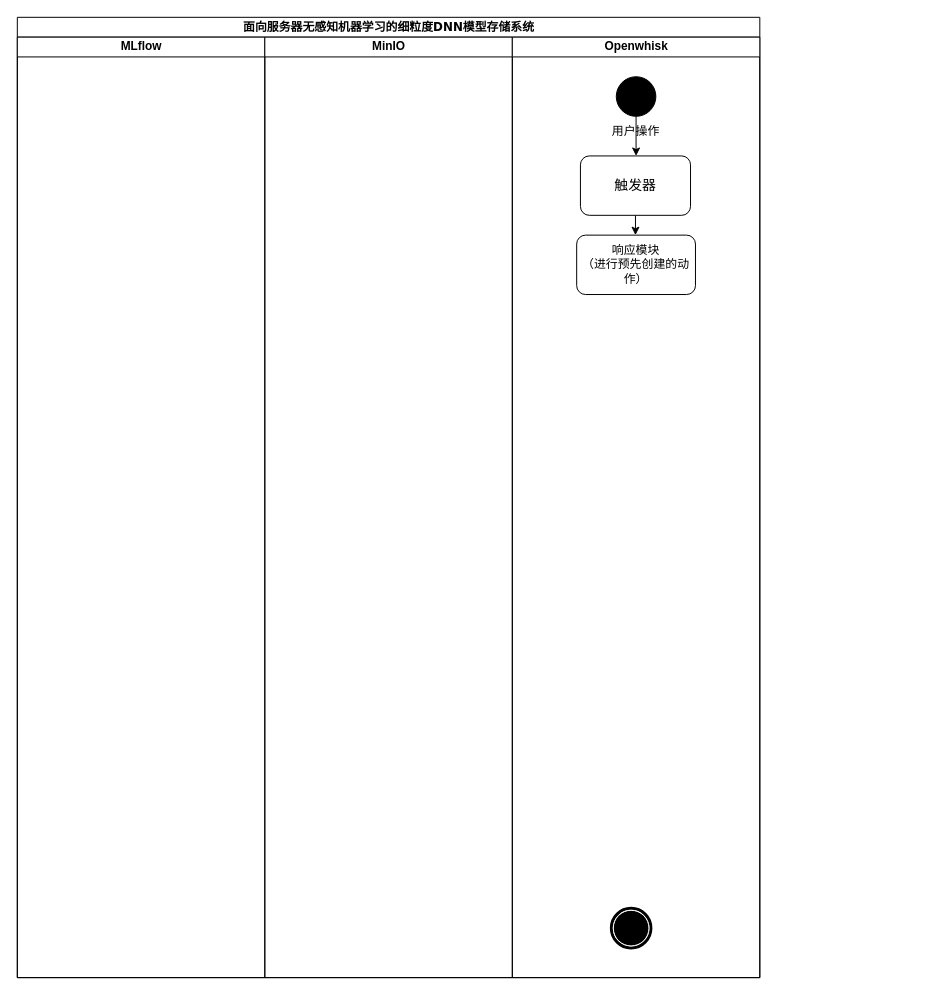
This is 整体活动图.drawio from RexZheng-cug/chart, a draw.io file, before an edit. Source tidied: cells renumbered, new cells numbered last; positions are measured from the earlier drawing's top-left corner, leaving out a move shared by most shapes. Both pictures are drawn from the tidied source at 99%, with x=0, y=0 at pixel (17, 17).
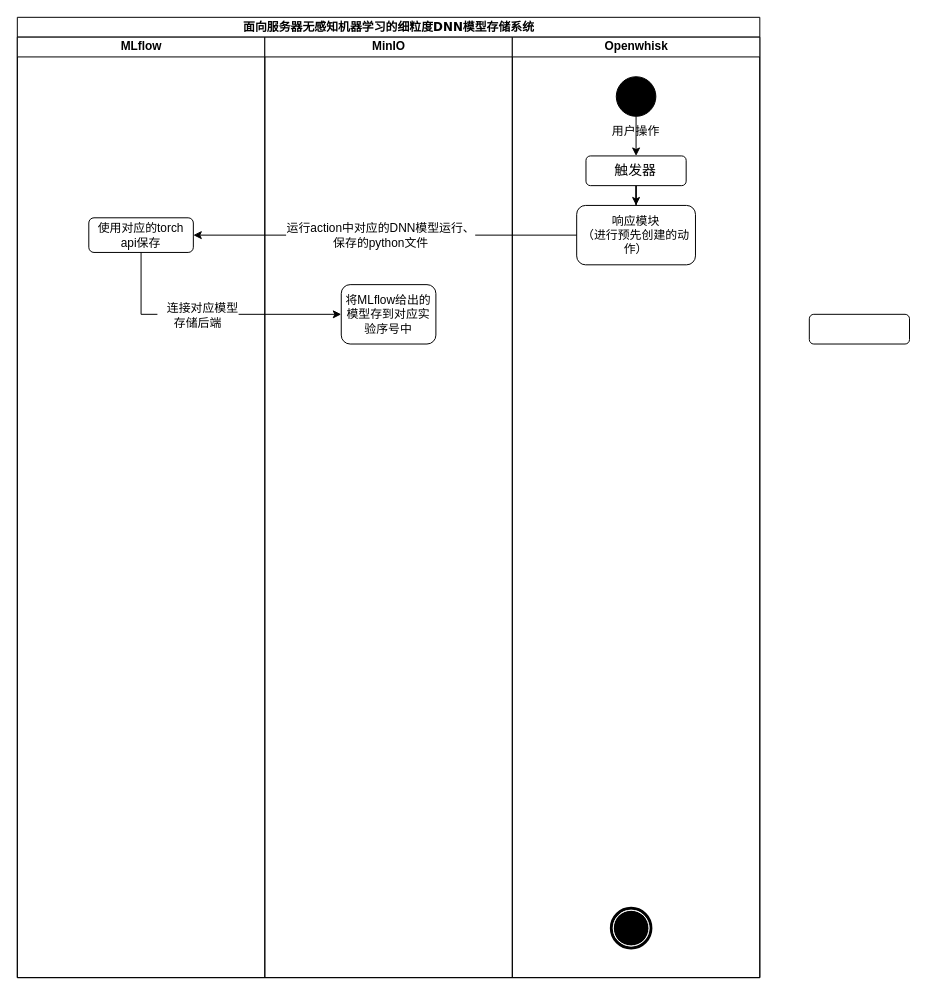
The same diagram, later.

Commit message (it also covers changes not shown here):
更新整体活动图.drawio

Unchanged cells that the change refers to:
```xml
<mxCell id="2" value="面向服务器无感知机器学习的细粒度DNN模型存储系统" style="swimlane;html=1;startSize=20;rounded=0;shadow=0;comic=0;labelBackgroundColor=none;strokeWidth=1;fontFamily=Verdana;fontSize=12;align=center;" parent="1" vertex="1">
  <mxGeometry width="750" height="970" as="geometry" />
</mxCell>
<mxCell id="3" value="MLflow" style="swimlane;html=1;startSize=20;" parent="2" vertex="1">
  <mxGeometry y="20" width="250" height="950" as="geometry" />
</mxCell>
<mxCell id="4" value="MinIO" style="swimlane;html=1;startSize=20;" parent="2" vertex="1">
  <mxGeometry x="250" y="20" width="250" height="950" as="geometry" />
</mxCell>
<mxCell id="5" value="Openwhisk" style="swimlane;html=1;startSize=20;" parent="2" vertex="1">
  <mxGeometry x="500" y="20" width="250" height="950" as="geometry" />
</mxCell>
```

The edit, as a diff of the source:
```diff
@@
+    <mxCell id="13" value="使用对应的torch api保存" style="rounded=1;whiteSpace=wrap;html=1;" parent="3" vertex="1">
+      <mxGeometry x="72.2" y="182.5" width="105.6" height="35" as="geometry" />
+    </mxCell>
@@
+    <mxCell id="14" value="将MLflow给出的模型存到对应实验序号中" style="rounded=1;whiteSpace=wrap;html=1;" parent="4" vertex="1">
+      <mxGeometry x="77.2" y="250" width="95.6" height="60" as="geometry" />
+    </mxCell>
@@
     <mxCell id="9" value="&lt;font style=&quot;font-size: 14px;&quot;&gt;触发器&lt;/font&gt;" style="rounded=1;whiteSpace=wrap;html=1;" parent="5" vertex="1">
-      <mxGeometry x="68.8" y="120" width="111.2" height="60" as="geometry" />
+      <mxGeometry x="74.4" y="120" width="101.2" height="30" as="geometry" />
     </mxCell>
@@
     <mxCell id="11" value="响应模块&lt;br&gt;（进行预先创建的动作）" style="whiteSpace=wrap;html=1;rounded=1;" parent="5" vertex="1">
-      <mxGeometry x="65" y="200" width="120" height="60" as="geometry" />
+      <mxGeometry x="65" y="170" width="120" height="60" as="geometry" />
     </mxCell>
+    <mxCell id="15" style="edgeStyle=orthogonalEdgeStyle;rounded=0;jettySize=auto;html=1;exitX=0;exitY=0.5;exitDx=0;exitDy=0;entryX=1;entryY=0.5;entryDx=0;entryDy=0;fontFamily=Helvetica;fontSize=12;fontColor=default;" parent="2" edge="1" source="11" target="13">
+      <mxGeometry relative="1" as="geometry" />
+    </mxCell>
+    <mxCell id="16" value="运行action中对应的DNN模型运行、&lt;br&gt;保存的python文件" style="edgeLabel;html=1;align=center;verticalAlign=middle;fontSize=12;fontFamily=Helvetica;fontColor=default;" parent="15" vertex="1">
+      <mxGeometry x="0.03" y="-1" relative="1" as="geometry" />
+    </mxCell>
+    <mxCell id="17" style="edgeStyle=orthogonalEdgeStyle;rounded=0;jettySize=auto;html=1;exitX=0.5;exitY=1;exitDx=0;exitDy=0;entryX=0;entryY=0.5;entryDx=0;entryDy=0;fontFamily=Helvetica;fontSize=12;fontColor=default;" parent="2" edge="1" source="13" target="14">
+      <mxGeometry relative="1" as="geometry" />
+    </mxCell>
+    <mxCell id="18" value="&amp;nbsp; &amp;nbsp;连接对应模型&lt;br&gt;存储后端" style="edgeLabel;html=1;align=center;verticalAlign=middle;fontSize=12;fontFamily=Helvetica;fontColor=default;" parent="17" vertex="1">
+      <mxGeometry x="-0.27" y="-2" relative="1" as="geometry">
+        <mxPoint x="22" y="-2" as="offset" />
+      </mxGeometry>
+    </mxCell>
@@
+    <mxCell id="19" style="rounded=1;whiteSpace=wrap;html=1;" parent="1" vertex="1">
+      <mxGeometry x="800" y="300" width="101.2" height="30" as="geometry" />
+    </mxCell>
```
